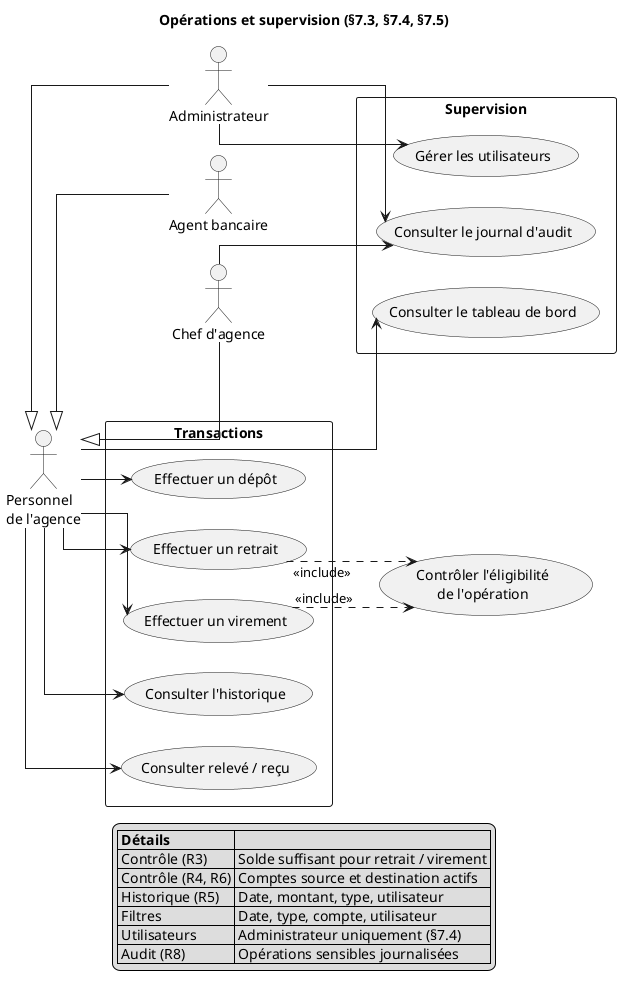
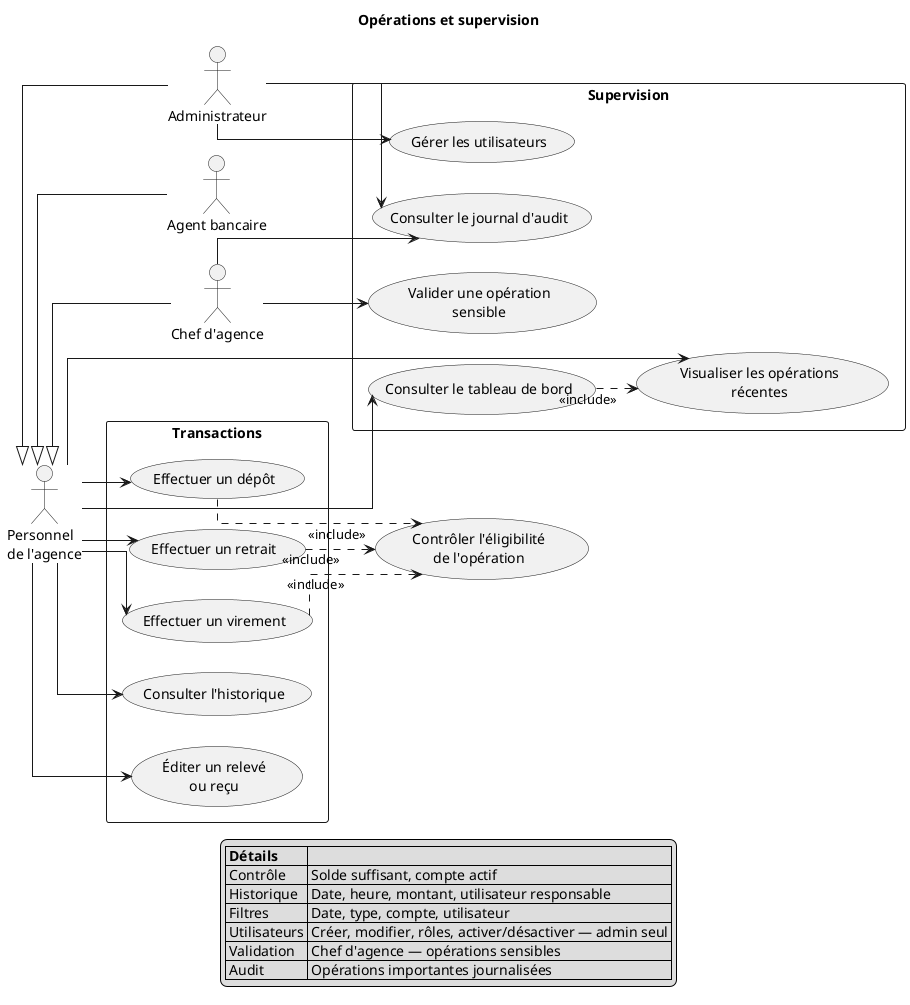
@startuml 02-operations-supervision
left to right direction
skinparam shadowing false
skinparam packageStyle rectangle
skinparam nodesep 30
skinparam ranksep 40
skinparam linetype ortho

- title Opérations et supervision (§7.3, §7.4, §7.5)
+ title Opérations et supervision

actor "Personnel\nde l'agence" as personnel

actor "Administrateur" as admin
actor "Agent bancaire" as agent
actor "Chef d'agence" as chef

admin -up-|> personnel
agent -up-|> personnel
chef -up-|> personnel

rectangle "Transactions" {
  usecase "Effectuer un dépôt" as UC_DEPOT
  usecase "Effectuer un retrait" as UC_RETRAIT
  usecase "Effectuer un virement" as UC_VIREMENT
  usecase "Consulter l'historique" as UC_HIST
-   usecase "Consulter relevé / reçu" as UC_RELEVE
+   usecase "Éditer un relevé\nou reçu" as UC_RELEVE
}

rectangle "Supervision" {
  usecase "Consulter le tableau de bord" as UC_DASH
+   usecase "Visualiser les opérations\nrécentes" as UC_RECENT
  usecase "Gérer les utilisateurs" as UC_USERS
  usecase "Consulter le journal d'audit" as UC_AUDIT_VIEW
+   usecase "Valider une opération\nsensible" as UC_VALIDATE
}

usecase "Contrôler l'éligibilité\nde l'opération" as UC_CHECK

personnel --> UC_DEPOT
personnel --> UC_RETRAIT
personnel --> UC_VIREMENT
personnel --> UC_HIST
personnel --> UC_RELEVE
personnel --> UC_DASH
+ personnel --> UC_RECENT

admin --> UC_USERS
admin --> UC_AUDIT_VIEW
chef --> UC_AUDIT_VIEW
+ chef --> UC_VALIDATE

+ UC_DEPOT ..> UC_CHECK : <<include>>
UC_RETRAIT ..> UC_CHECK : <<include>>
UC_VIREMENT ..> UC_CHECK : <<include>>
+ UC_DASH ..> UC_RECENT : <<include>>

legend bottom
  |= Détails |= |
-   | Contrôle (R3) | Solde suffisant pour retrait / virement |
-   | Contrôle (R4, R6) | Comptes source et destination actifs |
-   | Historique (R5) | Date, montant, type, utilisateur |
+   | Contrôle | Solde suffisant, compte actif |
+   | Historique | Date, heure, montant, utilisateur responsable |
  | Filtres | Date, type, compte, utilisateur |
-   | Utilisateurs | Administrateur uniquement (§7.4) |
-   | Audit (R8) | Opérations sensibles journalisées |
+   | Utilisateurs | Créer, modifier, rôles, activer/désactiver — admin seul |
+   | Validation | Chef d'agence — opérations sensibles |
+   | Audit | Opérations importantes journalisées |
endlegend

@enduml
